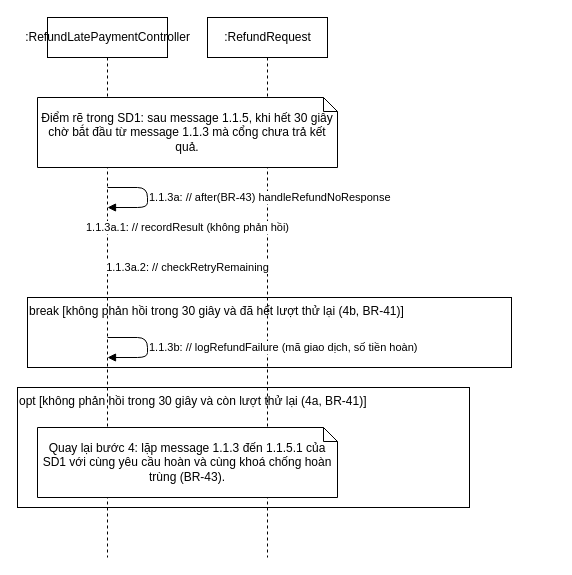
This is page "SD4 - Luồng 4a và 4b" (4 of 6) of design/diagrams/P07-sequence-UC-006.drawio from luytbq/app-dat-ve-xem-phim, a draw.io file, before an edit. Source tidied: cells renumbered, new cells numbered last; positions are measured from the earlier drawing's top-left corner, leaving out a move shared by most shapes. Both pictures are drawn from the tidied source at 100%, with x=0, y=0 at pixel (17, 17).
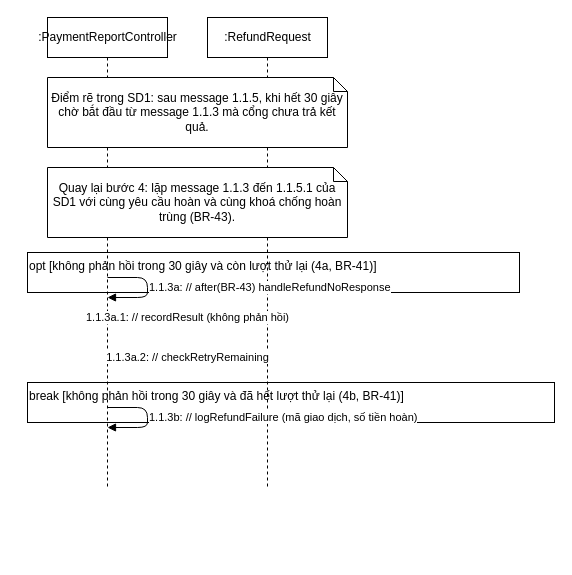
After the change.

What changed in the source:
```diff
@@
 <mxGraphModel>
   <root>
     <mxCell id="0" />
     <mxCell id="1" parent="0" />
-    <mxCell id="2" value=":RefundLatePaymentController" style="shape=umlLifeline;perimeter=lifelinePerimeter;html=1;" parent="1" vertex="1">
-      <mxGeometry x="30" width="120" height="540" as="geometry" />
-    </mxCell>
+    <mxCell id="12" value=":PaymentReportController" style="shape=umlLifeline;perimeter=lifelinePerimeter;html=1;" parent="1" vertex="1">
+      <mxGeometry x="30" width="120" height="470" as="geometry" />
+    </mxCell>
     <mxCell id="3" value=":RefundRequest" style="shape=umlLifeline;perimeter=lifelinePerimeter;html=1;" parent="1" vertex="1">
-      <mxGeometry x="190" width="120" height="540" as="geometry" />
+      <mxGeometry x="190" width="120" height="470" as="geometry" />
     </mxCell>
     <mxCell id="4" value="break [không phản hồi trong 30 giây và đã hết lượt thử lại (4b, BR-41)]" style="rounded=0;whiteSpace=wrap;html=1;fillColor=none;align=left;verticalAlign=top;" parent="1" vertex="1">
-      <mxGeometry x="10" y="280" width="484" height="70" as="geometry" />
+      <mxGeometry x="10" y="365" width="527" height="40" as="geometry" />
     </mxCell>
     <mxCell id="5" value="opt [không phản hồi trong 30 giây và còn lượt thử lại (4a, BR-41)]" style="rounded=0;whiteSpace=wrap;html=1;fillColor=none;align=left;verticalAlign=top;" parent="1" vertex="1">
-      <mxGeometry y="370" width="452" height="120" as="geometry" />
+      <mxGeometry x="10" y="235" width="492" height="40" as="geometry" />
     </mxCell>
     <mxCell id="6" value="Điểm rẽ trong SD1: sau message 1.1.5, khi hết 30 giây chờ bắt đầu từ message 1.1.3 mà cổng chưa trả kết quả." style="shape=note;whiteSpace=wrap;html=1;size=14;" parent="1" vertex="1">
-      <mxGeometry x="20" y="80" width="300" height="70" as="geometry" />
+      <mxGeometry x="30" y="60" width="300" height="70" as="geometry" />
     </mxCell>
     <mxCell id="7" value="Quay lại bước 4: lặp message 1.1.3 đến 1.1.5.1 của SD1 với cùng yêu cầu hoàn và cùng khoá chống hoàn trùng (BR-43)." style="shape=note;whiteSpace=wrap;html=1;size=14;" parent="1" vertex="1">
-      <mxGeometry x="20" y="410" width="300" height="70" as="geometry" />
+      <mxGeometry x="30" y="150" width="300" height="70" as="geometry" />
     </mxCell>
     <mxCell id="8" value="1.1.3a: // after(BR-43) handleRefundNoResponse" style="endArrow=block;endFill=1;html=1;align=left;" parent="1" edge="1">
       <mxGeometry relative="1" as="geometry">
-        <mxPoint x="90" y="170" as="sourcePoint" />
-        <mxPoint x="90" y="190" as="targetPoint" />
+        <mxPoint x="90" y="260" as="sourcePoint" />
+        <mxPoint x="90" y="280" as="targetPoint" />
         <Array as="points">
-          <mxPoint x="130" y="170" />
-          <mxPoint x="130" y="190" />
+          <mxPoint x="130" y="260" />
+          <mxPoint x="130" y="280" />
         </Array>
       </mxGeometry>
     </mxCell>
     <mxCell id="9" value="1.1.3a.1: // recordResult (không phản hồi)" style="endArrow=block;endFill=1;html=1;" parent="1" edge="1">
       <mxGeometry relative="1" as="geometry">
-        <mxPoint x="90" y="210" as="sourcePoint" />
-        <mxPoint x="250" y="210" as="targetPoint" />
+        <mxPoint x="90" y="300" as="sourcePoint" />
+        <mxPoint x="250" y="300" as="targetPoint" />
       </mxGeometry>
     </mxCell>
     <mxCell id="10" value="1.1.3a.2: // checkRetryRemaining" style="endArrow=block;endFill=1;html=1;" parent="1" edge="1">
       <mxGeometry relative="1" as="geometry">
-        <mxPoint x="90" y="250" as="sourcePoint" />
-        <mxPoint x="250" y="250" as="targetPoint" />
+        <mxPoint x="90" y="340" as="sourcePoint" />
+        <mxPoint x="250" y="340" as="targetPoint" />
       </mxGeometry>
     </mxCell>
     <mxCell id="11" value="1.1.3b: // logRefundFailure (mã giao dịch, số tiền hoàn)" style="endArrow=block;endFill=1;html=1;align=left;" parent="1" edge="1">
       <mxGeometry relative="1" as="geometry">
-        <mxPoint x="90" y="320" as="sourcePoint" />
-        <mxPoint x="90" y="340" as="targetPoint" />
+        <mxPoint x="90" y="390" as="sourcePoint" />
+        <mxPoint x="90" y="410" as="targetPoint" />
         <Array as="points">
-          <mxPoint x="130" y="320" />
-          <mxPoint x="130" y="340" />
+          <mxPoint x="130" y="390" />
+          <mxPoint x="130" y="410" />
         </Array>
       </mxGeometry>
     </mxCell>
   </root>
 </mxGraphModel>
```
